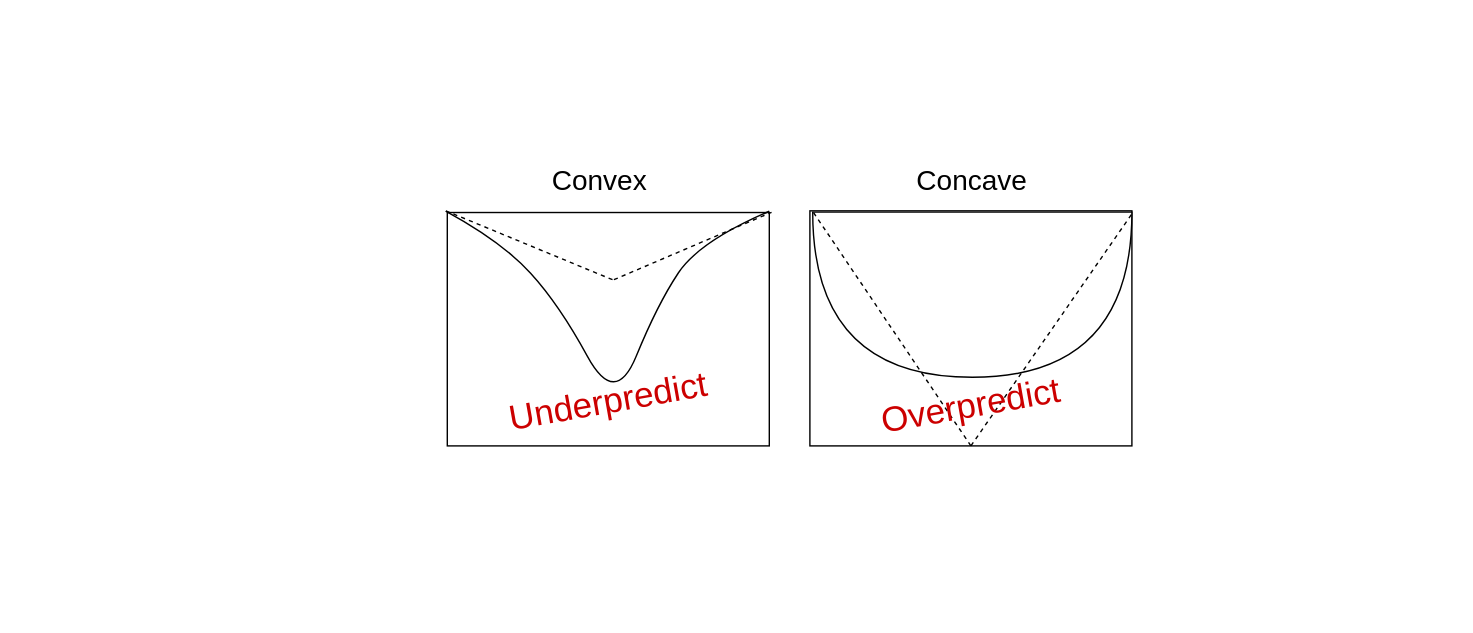
cont-limno/bathymetry keeps this draw.io diagram as figures/lake_shape.drawio. Above is the earlier version. Source tidied: cells renumbered, new cells numbered last; positions are measured from the earlier drawing's top-left corner, leaving out a move shared by most shapes. Both pictures are drawn from the tidied source at 140%, with x=0, y=0 at pixel (445, 134).
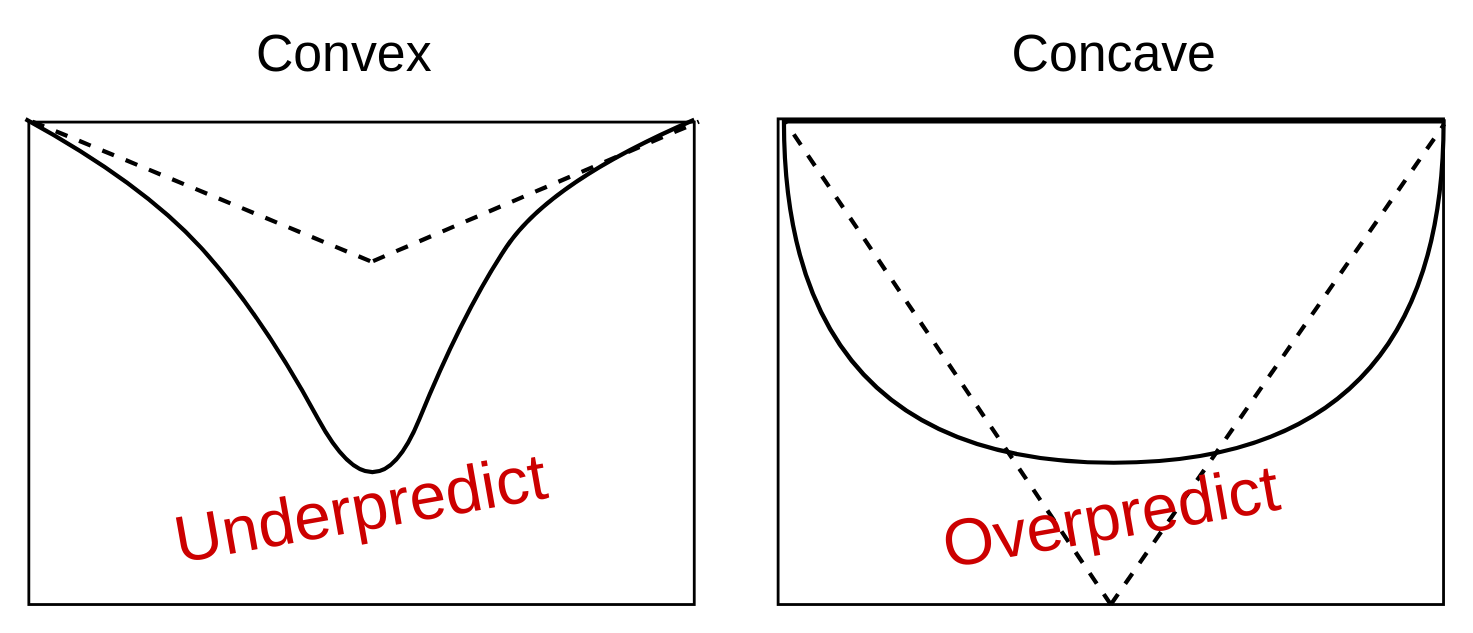
Above is the later version.

The edit, as a diff of the source:
```diff
@@
 <mxGraphModel>
   <root>
     <mxCell id="0" />
     <mxCell id="1" parent="0" />
+    <mxCell id="14" style="group;" parent="1" vertex="1">
+      <mxGeometry x="-300" y="-78" width="1012.7" height="413.3" as="geometry" />
+    </mxCell>
-    <mxCell id="2" value="Convex" style="text;html=1;strokeColor=none;fillColor=none;align=center;verticalAlign=middle;whiteSpace=wrap;rounded=0;fontSize=20;" parent="1" vertex="1">
-      <mxGeometry x="90" y="22" width="40" height="20" as="geometry" />
+    <mxCell id="2" value="Convex" style="text;html=1;strokeColor=none;fillColor=none;align=center;verticalAlign=middle;whiteSpace=wrap;rounded=0;fontSize=37;" parent="14" vertex="1">
+      <mxGeometry x="186" width="82.7" height="41.3" as="geometry" />
     </mxCell>
-    <mxCell id="3" value="Concave" style="text;html=1;strokeColor=none;fillColor=none;align=center;verticalAlign=middle;whiteSpace=wrap;rounded=0;fontSize=20;" parent="1" vertex="1">
-      <mxGeometry x="356" y="22" width="40" height="20" as="geometry" />
+    <mxCell id="3" value="Concave" style="text;html=1;strokeColor=none;fillColor=none;align=center;verticalAlign=middle;whiteSpace=wrap;rounded=0;fontSize=37;" parent="14" vertex="1">
+      <mxGeometry x="735.7" width="82.7" height="41.3" as="geometry" />
     </mxCell>
-    <mxCell id="4" style="rounded=0;whiteSpace=wrap;html=1;" parent="1" vertex="1">
-      <mxGeometry x="1" y="55.3" width="230" height="166.7" as="geometry" />
+    <mxCell id="4" style="rounded=0;whiteSpace=wrap;html=1;strokeWidth=2;" parent="14" vertex="1">
+      <mxGeometry x="2.1" y="68.7" width="475.3" height="344.6" as="geometry" />
     </mxCell>
-    <mxCell id="5" style="rounded=0;whiteSpace=wrap;html=1;" parent="1" vertex="1">
-      <mxGeometry x="260" y="54.1" width="230" height="167.9" as="geometry" />
+    <mxCell id="5" style="rounded=0;whiteSpace=wrap;html=1;strokeWidth=2;" parent="14" vertex="1">
+      <mxGeometry x="537.3" y="66.4" width="475.3" height="346.9" as="geometry" />
     </mxCell>
-    <mxCell id="6" style="shape=or;whiteSpace=wrap;html=1;rotation=90;" parent="1" vertex="1">
-      <mxGeometry x="317" width="118" height="228" as="geometry" />
+    <mxCell id="6" style="shape=or;whiteSpace=wrap;html=1;rotation=90;strokeWidth=3;" parent="14" vertex="1">
+      <mxGeometry x="655.1" y="-45.5" width="243.9" height="471.2" as="geometry" />
     </mxCell>
-    <mxCell id="7" style="curved=1;endArrow=none;html=1;endFill=0;exitX=-0.005;exitY=-0.006;exitDx=0;exitDy=0;exitPerimeter=0;" parent="1" edge="1" source="4">
+    <mxCell id="7" style="curved=1;endArrow=none;html=1;endFill=0;exitX=-0.005;exitY=-0.006;exitDx=0;exitDy=0;exitPerimeter=0;strokeWidth=3;" parent="14" edge="1" source="4">
       <mxGeometry relative="1" as="geometry">
-        <mxPoint x="231" y="54.4" as="targetPoint" />
+        <mxPoint x="477.4" y="67" as="targetPoint" />
         <Array as="points">
-          <mxPoint x="40" y="76.2" />
-          <mxPoint x="81" y="121.1" />
-          <mxPoint x="121" y="194.6" />
-          <mxPoint x="151" y="121.1" />
-          <mxPoint x="181" y="75.9" />
+          <mxPoint x="82.7" y="112" />
+          <mxPoint x="167.4" y="204.8" />
+          <mxPoint x="250.1" y="356.7" />
+          <mxPoint x="312.1" y="204.8" />
+          <mxPoint x="374.1" y="111.4" />
         </Array>
       </mxGeometry>
     </mxCell>
-    <mxCell id="8" style="endArrow=none;dashed=1;html=1;entryX=0.008;entryY=-0.001;entryDx=0;entryDy=0;entryPerimeter=0;exitX=0.5;exitY=1;exitDx=0;exitDy=0;" parent="1" edge="1" source="5" target="6">
+    <mxCell id="8" style="endArrow=none;dashed=1;html=1;entryX=0.008;entryY=-0.001;entryDx=0;entryDy=0;entryPerimeter=0;exitX=0.5;exitY=1;exitDx=0;exitDy=0;strokeWidth=3;" parent="14" edge="1" source="5" target="6">
       <mxGeometry relative="1" as="geometry" />
     </mxCell>
-    <mxCell id="9" style="endArrow=none;dashed=1;html=1;entryX=0.004;entryY=0.997;entryDx=0;entryDy=0;entryPerimeter=0;exitX=0.5;exitY=1;exitDx=0;exitDy=0;" parent="1" edge="1" source="5" target="6">
+    <mxCell id="9" style="endArrow=none;dashed=1;html=1;entryX=0.004;entryY=0.997;entryDx=0;entryDy=0;entryPerimeter=0;exitX=0.5;exitY=1;exitDx=0;exitDy=0;strokeWidth=3;" parent="14" edge="1" source="5" target="6">
       <mxGeometry relative="1" as="geometry" />
     </mxCell>
-    <mxCell id="10" style="endArrow=none;dashed=1;html=1;fontSize=20;entryX=1.007;entryY=-0.001;entryDx=0;entryDy=0;entryPerimeter=0;" parent="1" edge="1" target="4">
+    <mxCell id="10" style="endArrow=none;dashed=1;html=1;fontSize=20;entryX=1.007;entryY=-0.001;entryDx=0;entryDy=0;entryPerimeter=0;strokeWidth=3;" parent="14" edge="1" target="4">
       <mxGeometry relative="1" as="geometry">
-        <mxPoint x="120" y="103.3" as="sourcePoint" />
+        <mxPoint x="248" y="168" as="sourcePoint" />
       </mxGeometry>
     </mxCell>
-    <mxCell id="11" style="endArrow=none;dashed=1;html=1;fontSize=20;" parent="1" edge="1">
+    <mxCell id="11" style="endArrow=none;dashed=1;html=1;fontSize=20;strokeWidth=3;" parent="14" edge="1">
       <mxGeometry relative="1" as="geometry">
-        <mxPoint x="119" y="103.3" as="sourcePoint" />
-        <mxPoint y="54.1" as="targetPoint" />
+        <mxPoint x="245.9" y="168" as="sourcePoint" />
+        <mxPoint y="66.4" as="targetPoint" />
       </mxGeometry>
     </mxCell>
-    <mxCell id="12" value="Underpredict" style="text;html=1;strokeColor=none;fillColor=none;align=center;verticalAlign=middle;whiteSpace=wrap;rounded=0;rotation=-10;fontSize=25;fontColor=#CC0000;" parent="1" vertex="1">
-      <mxGeometry x="81" y="179" width="70" height="20" as="geometry" />
+    <mxCell id="12" value="Underpredict" style="text;html=1;strokeColor=none;fillColor=none;align=center;verticalAlign=middle;whiteSpace=wrap;rounded=0;rotation=-10;fontSize=47;fontColor=#CC0000;" parent="14" vertex="1">
+      <mxGeometry x="167.4" y="324.5" width="144.7" height="41.3" as="geometry" />
     </mxCell>
-    <mxCell id="13" value="Overpredict" style="text;html=1;strokeColor=none;fillColor=none;align=center;verticalAlign=middle;whiteSpace=wrap;rounded=0;rotation=-10;fontSize=25;fontColor=#CC0000;" parent="1" vertex="1">
-      <mxGeometry x="340" y="182" width="70" height="20" as="geometry" />
+    <mxCell id="13" value="Overpredict" style="text;html=1;strokeColor=none;fillColor=none;align=center;verticalAlign=middle;whiteSpace=wrap;rounded=0;rotation=-10;fontSize=47;fontColor=#CC0000;" parent="14" vertex="1">
+      <mxGeometry x="702.7" y="330.7" width="144.7" height="41.3" as="geometry" />
     </mxCell>
   </root>
 </mxGraphModel>
```
